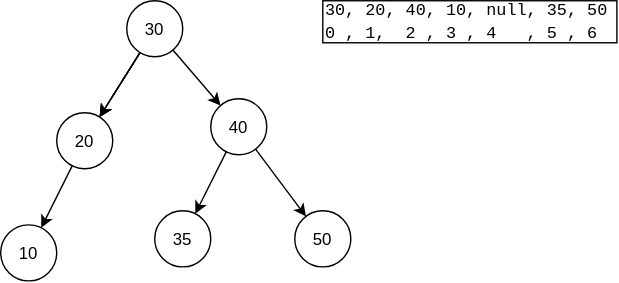
The draw.io diagram База/Структуры данных/2. Быстро находить данные и проверять условия/2.3. Проверять принадлежность и уникальность/Множество (Set)/binary-tree.drawio.svg in kosukhin/catalog, before a commit. Source tidied: cells renumbered, new cells last; positions are measured from the earlier drawing's top-left corner, leaving out a move shared by most shapes.
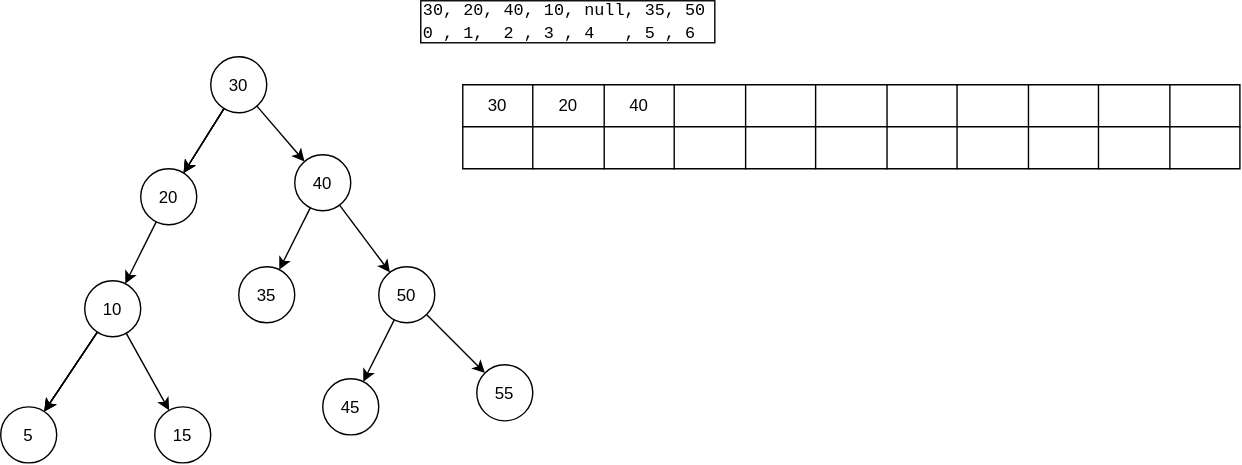
Above is the later version.

Change to the diagram source:
```diff
@@ -42,7 +42,112 @@
       <mxGeometry y="160" width="40" height="40" as="geometry" />
     </mxCell>
     <mxCell id="15" value="&lt;font face=&quot;Courier New&quot;&gt;30, 20, 40, 10, null, 35, 50&lt;/font&gt;&lt;div style=&quot;&quot;&gt;&lt;font face=&quot;Courier New&quot;&gt;0 , 1,&amp;nbsp; 2 , 3 , 4&amp;nbsp; &amp;nbsp;, 5 , 6&lt;/font&gt;&lt;/div&gt;" style="rounded=0;whiteSpace=wrap;html=1;align=left;" parent="1" vertex="1">
-      <mxGeometry x="230" width="210" height="30" as="geometry" />
+      <mxGeometry x="240" y="-40" width="210" height="30" as="geometry" />
     </mxCell>
+    <mxCell id="16" style="edgeStyle=none;html=1;" parent="1" edge="1" source="14" target="17">
+      <mxGeometry relative="1" as="geometry" />
+    </mxCell>
+    <mxCell id="17" value="&lt;div&gt;5&lt;/div&gt;" style="ellipse;whiteSpace=wrap;html=1;shapeInside=1;" parent="1" vertex="1">
+      <mxGeometry x="-60" y="250" width="40" height="40" as="geometry" />
+    </mxCell>
+    <mxCell id="18" style="edgeStyle=none;html=1;" parent="1" edge="1" source="14" target="17">
+      <mxGeometry relative="1" as="geometry" />
+    </mxCell>
+    <mxCell id="19" style="edgeStyle=none;html=1;" parent="1" edge="1" source="14" target="17">
+      <mxGeometry relative="1" as="geometry" />
+    </mxCell>
+    <mxCell id="20" style="edgeStyle=none;html=1;" parent="1" edge="1" source="14" target="21">
+      <mxGeometry relative="1" as="geometry" />
+    </mxCell>
+    <mxCell id="21" value="&lt;div&gt;15&lt;/div&gt;" style="ellipse;whiteSpace=wrap;html=1;shapeInside=1;" parent="1" vertex="1">
+      <mxGeometry x="50" y="250" width="40" height="40" as="geometry" />
+    </mxCell>
+    <mxCell id="22" style="edgeStyle=none;html=1;" parent="1" edge="1" source="12" target="23">
+      <mxGeometry relative="1" as="geometry" />
+    </mxCell>
+    <mxCell id="23" value="45&lt;div&gt;&lt;br/&gt;&lt;/div&gt;" style="ellipse;whiteSpace=wrap;html=1;shapeInside=1;" parent="1" vertex="1">
+      <mxGeometry x="170" y="230" width="40" height="40" as="geometry" />
+    </mxCell>
+    <mxCell id="24" style="edgeStyle=none;html=1;" parent="1" edge="1" source="12" target="25">
+      <mxGeometry relative="1" as="geometry" />
+    </mxCell>
+    <mxCell id="25" value="55" style="ellipse;whiteSpace=wrap;html=1;shapeInside=1;" parent="1" vertex="1">
+      <mxGeometry x="280" y="220" width="40" height="40" as="geometry" />
+    </mxCell>
+    <mxCell id="26" style="shape=table;startSize=0;fixedHeader=1;tableRender=collapsed;" parent="1" vertex="1">
+      <mxGeometry x="270" y="20" width="555" height="60" as="geometry" />
+    </mxCell>
+    <mxCell id="27" style="shape=tableRow;horizontal=0;startSize=0;swimlaneHead=0;swimlaneBody=0;strokeColor=inherit;fillColor=none;fixedHeader=1;" parent="26" vertex="1">
+      <mxGeometry width="555" height="30" as="geometry" />
+    </mxCell>
+    <mxCell id="28" value="30" style="shape=partialRectangle;html=1;whiteSpace=wrap;strokeColor=inherit;overflow=hidden;fillColor=none;" parent="27" vertex="1">
+      <mxGeometry width="50" height="30" as="geometry" />
+    </mxCell>
+    <mxCell id="29" value="20" style="shape=partialRectangle;html=1;whiteSpace=wrap;strokeColor=inherit;overflow=hidden;fillColor=none;" parent="27" vertex="1">
+      <mxGeometry x="50" width="51" height="30" as="geometry" />
+    </mxCell>
+    <mxCell id="30" value="40" style="shape=partialRectangle;html=1;whiteSpace=wrap;strokeColor=inherit;overflow=hidden;fillColor=none;" parent="27" vertex="1">
+      <mxGeometry x="101" width="50" height="30" as="geometry" />
+    </mxCell>
+    <mxCell id="31" style="shape=partialRectangle;html=1;whiteSpace=wrap;strokeColor=inherit;overflow=hidden;fillColor=none;" parent="27" vertex="1">
+      <mxGeometry x="151" width="51" height="30" as="geometry" />
+    </mxCell>
+    <mxCell id="32" style="shape=partialRectangle;html=1;whiteSpace=wrap;strokeColor=inherit;overflow=hidden;fillColor=none;" parent="27" vertex="1">
+      <mxGeometry x="202" width="50" height="30" as="geometry" />
+    </mxCell>
+    <mxCell id="33" style="shape=partialRectangle;html=1;whiteSpace=wrap;strokeColor=inherit;overflow=hidden;fillColor=none;" parent="27" vertex="1">
+      <mxGeometry x="252" width="51" height="30" as="geometry" />
+    </mxCell>
+    <mxCell id="34" style="shape=partialRectangle;html=1;whiteSpace=wrap;strokeColor=inherit;overflow=hidden;fillColor=none;" parent="27" vertex="1">
+      <mxGeometry x="303" width="50" height="30" as="geometry" />
+    </mxCell>
+    <mxCell id="35" style="shape=partialRectangle;html=1;whiteSpace=wrap;strokeColor=inherit;overflow=hidden;fillColor=none;" parent="27" vertex="1">
+      <mxGeometry x="353" width="51" height="30" as="geometry" />
+    </mxCell>
+    <mxCell id="36" style="shape=partialRectangle;html=1;whiteSpace=wrap;strokeColor=inherit;overflow=hidden;fillColor=none;" parent="27" vertex="1">
+      <mxGeometry x="404" width="50" height="30" as="geometry" />
+    </mxCell>
+    <mxCell id="37" style="shape=partialRectangle;html=1;whiteSpace=wrap;strokeColor=inherit;overflow=hidden;fillColor=none;" parent="27" vertex="1">
+      <mxGeometry x="454" width="51" height="30" as="geometry" />
+    </mxCell>
+    <mxCell id="38" style="shape=partialRectangle;html=1;whiteSpace=wrap;strokeColor=inherit;overflow=hidden;fillColor=none;" parent="27" vertex="1">
+      <mxGeometry x="505" width="50" height="30" as="geometry" />
+    </mxCell>
+    <mxCell id="39" style="shape=tableRow;horizontal=0;startSize=0;swimlaneHead=0;swimlaneBody=0;strokeColor=inherit;fillColor=none;fixedHeader=1;" parent="26" vertex="1">
+      <mxGeometry y="30" width="555" height="30" as="geometry" />
+    </mxCell>
+    <mxCell id="40" style="shape=partialRectangle;html=1;whiteSpace=wrap;strokeColor=inherit;overflow=hidden;fillColor=none;" parent="39" vertex="1">
+      <mxGeometry width="50" height="30" as="geometry" />
+    </mxCell>
+    <mxCell id="41" style="shape=partialRectangle;html=1;whiteSpace=wrap;strokeColor=inherit;overflow=hidden;fillColor=none;" parent="39" vertex="1">
+      <mxGeometry x="50" width="51" height="30" as="geometry" />
+    </mxCell>
+    <mxCell id="42" style="shape=partialRectangle;html=1;whiteSpace=wrap;strokeColor=inherit;overflow=hidden;fillColor=none;" parent="39" vertex="1">
+      <mxGeometry x="101" width="50" height="30" as="geometry" />
+    </mxCell>
+    <mxCell id="43" style="shape=partialRectangle;html=1;whiteSpace=wrap;strokeColor=inherit;overflow=hidden;fillColor=none;" parent="39" vertex="1">
+      <mxGeometry x="151" width="51" height="30" as="geometry" />
+    </mxCell>
+    <mxCell id="44" style="shape=partialRectangle;html=1;whiteSpace=wrap;strokeColor=inherit;overflow=hidden;fillColor=none;" parent="39" vertex="1">
+      <mxGeometry x="202" width="50" height="30" as="geometry" />
+    </mxCell>
+    <mxCell id="45" style="shape=partialRectangle;html=1;whiteSpace=wrap;strokeColor=inherit;overflow=hidden;fillColor=none;" parent="39" vertex="1">
+      <mxGeometry x="252" width="51" height="30" as="geometry" />
+    </mxCell>
+    <mxCell id="46" style="shape=partialRectangle;html=1;whiteSpace=wrap;strokeColor=inherit;overflow=hidden;fillColor=none;" parent="39" vertex="1">
+      <mxGeometry x="303" width="50" height="30" as="geometry" />
+    </mxCell>
+    <mxCell id="47" style="shape=partialRectangle;html=1;whiteSpace=wrap;strokeColor=inherit;overflow=hidden;fillColor=none;" parent="39" vertex="1">
+      <mxGeometry x="353" width="51" height="30" as="geometry" />
+    </mxCell>
+    <mxCell id="48" style="shape=partialRectangle;html=1;whiteSpace=wrap;strokeColor=inherit;overflow=hidden;fillColor=none;" parent="39" vertex="1">
+      <mxGeometry x="404" width="50" height="30" as="geometry" />
+    </mxCell>
+    <mxCell id="49" style="shape=partialRectangle;html=1;whiteSpace=wrap;strokeColor=inherit;overflow=hidden;fillColor=none;" parent="39" vertex="1">
+      <mxGeometry x="454" width="51" height="30" as="geometry" />
+    </mxCell>
+    <mxCell id="50" style="shape=partialRectangle;html=1;whiteSpace=wrap;strokeColor=inherit;overflow=hidden;fillColor=none;" parent="39" vertex="1">
+      <mxGeometry x="505" width="50" height="30" as="geometry" />
+    </mxCell>
   </root>
 </mxGraphModel>
```
